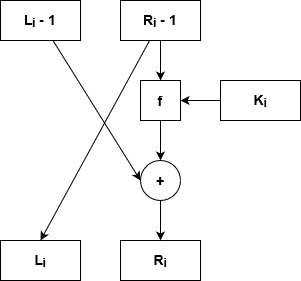
Earlier version of the draw.io export img/round.png (AlbertoSpinella/des-3des-js). Source tidied: cells renumbered, new cells last; positions are measured from the earlier drawing's top-left corner, leaving out a move shared by most shapes. Its diagram source:
```xml
<mxGraphModel background="#ffffff">
  <root>
    <mxCell id="0" />
    <mxCell id="1" parent="0" />
    <mxCell id="2" style="rounded=0;jettySize=auto;html=1;entryX=0;entryY=0.5;entryDx=0;entryDy=0;" parent="1" edge="1" source="3" target="14">
      <mxGeometry relative="1" as="geometry" />
    </mxCell>
    <mxCell id="3" value="&lt;b&gt;&lt;font style=&quot;font-size: 14px&quot;&gt;L&lt;sub&gt;i&lt;/sub&gt; - 1&lt;/font&gt;&lt;/b&gt;" style="rounded=0;whiteSpace=wrap;html=1;" parent="1" vertex="1">
      <mxGeometry width="80" height="40" as="geometry" />
    </mxCell>
    <mxCell id="4" style="edgeStyle=orthogonalEdgeStyle;rounded=0;jettySize=auto;html=1;entryX=0.5;entryY=0;entryDx=0;entryDy=0;" parent="1" edge="1" source="6" target="9">
      <mxGeometry relative="1" as="geometry" />
    </mxCell>
    <mxCell id="5" style="edgeStyle=none;rounded=0;jettySize=auto;html=1;entryX=0.5;entryY=0;entryDx=0;entryDy=0;" parent="1" edge="1" source="6" target="12">
      <mxGeometry relative="1" as="geometry" />
    </mxCell>
    <mxCell id="6" value="&lt;b&gt;&lt;font style=&quot;font-size: 14px&quot;&gt;R&lt;sub&gt;i&lt;/sub&gt; - 1&lt;/font&gt;&lt;/b&gt;" style="rounded=0;whiteSpace=wrap;html=1;" parent="1" vertex="1">
      <mxGeometry x="120" width="80" height="40" as="geometry" />
    </mxCell>
    <mxCell id="7" value="&lt;font style=&quot;font-size: 14px&quot;&gt;&lt;b&gt;&lt;font style=&quot;font-size: 14px&quot;&gt;R&lt;sub&gt;i&lt;/sub&gt;&lt;/font&gt;&lt;/b&gt;&lt;/font&gt;" style="rounded=0;whiteSpace=wrap;html=1;" parent="1" vertex="1">
      <mxGeometry x="120" y="240" width="80" height="40" as="geometry" />
    </mxCell>
    <mxCell id="8" style="edgeStyle=none;rounded=0;jettySize=auto;html=1;entryX=0.5;entryY=0;entryDx=0;entryDy=0;" parent="1" edge="1" source="9" target="14">
      <mxGeometry relative="1" as="geometry" />
    </mxCell>
    <mxCell id="9" value="&lt;b&gt;&lt;font style=&quot;font-size: 14px&quot;&gt;f&lt;/font&gt;&lt;/b&gt;" style="rounded=0;whiteSpace=wrap;html=1;" parent="1" vertex="1">
      <mxGeometry x="140" y="80" width="40" height="40" as="geometry" />
    </mxCell>
    <mxCell id="10" style="edgeStyle=none;rounded=0;jettySize=auto;html=1;entryX=1;entryY=0.5;entryDx=0;entryDy=0;" parent="1" edge="1" source="11" target="9">
      <mxGeometry relative="1" as="geometry" />
    </mxCell>
    <mxCell id="11" value="&lt;b&gt;&lt;font style=&quot;font-size: 14px&quot;&gt;K&lt;sub&gt;i&lt;/sub&gt;&lt;/font&gt;&lt;/b&gt;" style="rounded=0;whiteSpace=wrap;html=1;" parent="1" vertex="1">
      <mxGeometry x="220" y="80" width="80" height="40" as="geometry" />
    </mxCell>
    <mxCell id="12" value="&lt;font style=&quot;font-size: 14px&quot;&gt;L&lt;sub&gt;i&lt;/sub&gt;&lt;/font&gt;" style="rounded=0;whiteSpace=wrap;html=1;fontStyle=1;" parent="1" vertex="1">
      <mxGeometry y="240" width="80" height="40" as="geometry" />
    </mxCell>
    <mxCell id="13" style="edgeStyle=none;rounded=0;jettySize=auto;html=1;entryX=0.5;entryY=0;entryDx=0;entryDy=0;" parent="1" edge="1" source="14" target="7">
      <mxGeometry relative="1" as="geometry" />
    </mxCell>
    <mxCell id="14" value="&lt;b&gt;&lt;font style=&quot;font-size: 14px&quot;&gt;+&lt;/font&gt;&lt;/b&gt;" style="ellipse;whiteSpace=wrap;html=1;" parent="1" vertex="1">
      <mxGeometry x="140" y="160" width="40" height="40" as="geometry" />
    </mxCell>
  </root>
</mxGraphModel>
```
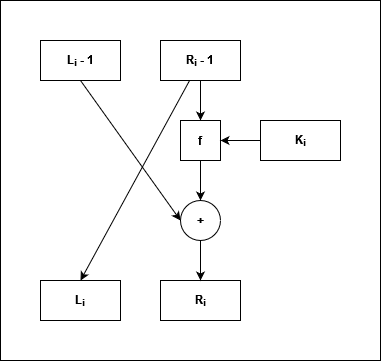
Later version of the same file.

The edit, as a diff of the source:
```diff
@@ -1,44 +1,47 @@
-<mxGraphModel background="#ffffff">
+<mxGraphModel>
   <root>
     <mxCell id="0" />
     <mxCell id="1" parent="0" />
-    <mxCell id="2" style="rounded=0;jettySize=auto;html=1;entryX=0;entryY=0.5;entryDx=0;entryDy=0;" parent="1" edge="1" source="3" target="14">
-      <mxGeometry relative="1" as="geometry" />
-    </mxCell>
-    <mxCell id="3" value="&lt;b&gt;&lt;font style=&quot;font-size: 14px&quot;&gt;L&lt;sub&gt;i&lt;/sub&gt; - 1&lt;/font&gt;&lt;/b&gt;" style="rounded=0;whiteSpace=wrap;html=1;" parent="1" vertex="1">
-      <mxGeometry width="80" height="40" as="geometry" />
-    </mxCell>
+    <mxCell id="15" style="rounded=0;whiteSpace=wrap;html=1;" parent="1" vertex="1">
+      <mxGeometry x="-40" y="-40" width="380" height="360" as="geometry" />
+    </mxCell>
-    <mxCell id="4" style="edgeStyle=orthogonalEdgeStyle;rounded=0;jettySize=auto;html=1;entryX=0.5;entryY=0;entryDx=0;entryDy=0;" parent="1" edge="1" source="6" target="9">
+    <mxCell id="4" style="edgeStyle=orthogonalEdgeStyle;rounded=0;jettySize=auto;html=1;entryX=0.5;entryY=0;entryDx=0;entryDy=0;fontStyle=1;" parent="1" edge="1" source="6" target="9">
       <mxGeometry relative="1" as="geometry" />
     </mxCell>
-    <mxCell id="5" style="edgeStyle=none;rounded=0;jettySize=auto;html=1;entryX=0.5;entryY=0;entryDx=0;entryDy=0;" parent="1" edge="1" source="6" target="12">
+    <mxCell id="5" style="edgeStyle=none;rounded=0;jettySize=auto;html=1;entryX=0.5;entryY=0;entryDx=0;entryDy=0;fontStyle=1;" parent="1" edge="1" source="6" target="12">
       <mxGeometry relative="1" as="geometry" />
     </mxCell>
-    <mxCell id="6" value="&lt;b&gt;&lt;font style=&quot;font-size: 14px&quot;&gt;R&lt;sub&gt;i&lt;/sub&gt; - 1&lt;/font&gt;&lt;/b&gt;" style="rounded=0;whiteSpace=wrap;html=1;" parent="1" vertex="1">
+    <mxCell id="6" value="R&lt;sub&gt;i&lt;/sub&gt; - 1" style="rounded=0;whiteSpace=wrap;html=1;fontStyle=1;" parent="1" vertex="1">
       <mxGeometry x="120" width="80" height="40" as="geometry" />
     </mxCell>
-    <mxCell id="7" value="&lt;font style=&quot;font-size: 14px&quot;&gt;&lt;b&gt;&lt;font style=&quot;font-size: 14px&quot;&gt;R&lt;sub&gt;i&lt;/sub&gt;&lt;/font&gt;&lt;/b&gt;&lt;/font&gt;" style="rounded=0;whiteSpace=wrap;html=1;" parent="1" vertex="1">
-      <mxGeometry x="120" y="240" width="80" height="40" as="geometry" />
-    </mxCell>
+    <mxCell id="2" style="jettySize=auto;html=1;entryX=0;entryY=0.5;entryDx=0;entryDy=0;rounded=0;exitX=0.5;exitY=1;exitDx=0;exitDy=0;fontStyle=1;" parent="1" edge="1" source="3" target="14">
+      <mxGeometry relative="1" as="geometry" />
+    </mxCell>
+    <mxCell id="3" value="L&lt;sub&gt;i&lt;/sub&gt; - 1" style="rounded=0;whiteSpace=wrap;html=1;fontStyle=1;" parent="1" vertex="1">
+      <mxGeometry width="80" height="40" as="geometry" />
+    </mxCell>
-    <mxCell id="8" style="edgeStyle=none;rounded=0;jettySize=auto;html=1;entryX=0.5;entryY=0;entryDx=0;entryDy=0;" parent="1" edge="1" source="9" target="14">
+    <mxCell id="8" style="edgeStyle=orthogonalEdgeStyle;rounded=0;jettySize=auto;html=1;entryX=0.5;entryY=0;entryDx=0;entryDy=0;fontStyle=1;" parent="1" edge="1" source="9" target="14">
       <mxGeometry relative="1" as="geometry" />
     </mxCell>
-    <mxCell id="9" value="&lt;b&gt;&lt;font style=&quot;font-size: 14px&quot;&gt;f&lt;/font&gt;&lt;/b&gt;" style="rounded=0;whiteSpace=wrap;html=1;" parent="1" vertex="1">
+    <mxCell id="9" value="f" style="rounded=0;whiteSpace=wrap;html=1;fontStyle=1;" parent="1" vertex="1">
       <mxGeometry x="140" y="80" width="40" height="40" as="geometry" />
     </mxCell>
-    <mxCell id="10" style="edgeStyle=none;rounded=0;jettySize=auto;html=1;entryX=1;entryY=0.5;entryDx=0;entryDy=0;" parent="1" edge="1" source="11" target="9">
+    <mxCell id="10" style="edgeStyle=orthogonalEdgeStyle;rounded=0;jettySize=auto;html=1;entryX=1;entryY=0.5;entryDx=0;entryDy=0;fontStyle=1;" parent="1" edge="1" source="11" target="9">
       <mxGeometry relative="1" as="geometry" />
     </mxCell>
-    <mxCell id="11" value="&lt;b&gt;&lt;font style=&quot;font-size: 14px&quot;&gt;K&lt;sub&gt;i&lt;/sub&gt;&lt;/font&gt;&lt;/b&gt;" style="rounded=0;whiteSpace=wrap;html=1;" parent="1" vertex="1">
+    <mxCell id="11" value="K&lt;sub&gt;i&lt;/sub&gt;" style="rounded=0;whiteSpace=wrap;html=1;fontStyle=1;" parent="1" vertex="1">
       <mxGeometry x="220" y="80" width="80" height="40" as="geometry" />
     </mxCell>
+    <mxCell id="7" value="R&lt;sub&gt;i&lt;/sub&gt;" style="rounded=0;whiteSpace=wrap;html=1;fontStyle=1;" parent="1" vertex="1">
+      <mxGeometry x="120" y="240" width="80" height="40" as="geometry" />
+    </mxCell>
-    <mxCell id="12" value="&lt;font style=&quot;font-size: 14px&quot;&gt;L&lt;sub&gt;i&lt;/sub&gt;&lt;/font&gt;" style="rounded=0;whiteSpace=wrap;html=1;fontStyle=1;" parent="1" vertex="1">
+    <mxCell id="12" value="L&lt;sub&gt;i&lt;/sub&gt;" style="rounded=0;whiteSpace=wrap;html=1;fontStyle=1;" parent="1" vertex="1">
       <mxGeometry y="240" width="80" height="40" as="geometry" />
     </mxCell>
-    <mxCell id="13" style="edgeStyle=none;rounded=0;jettySize=auto;html=1;entryX=0.5;entryY=0;entryDx=0;entryDy=0;" parent="1" edge="1" source="14" target="7">
+    <mxCell id="13" style="edgeStyle=orthogonalEdgeStyle;rounded=0;jettySize=auto;html=1;entryX=0.5;entryY=0;entryDx=0;entryDy=0;fontStyle=1;" parent="1" edge="1" source="14" target="7">
       <mxGeometry relative="1" as="geometry" />
     </mxCell>
-    <mxCell id="14" value="&lt;b&gt;&lt;font style=&quot;font-size: 14px&quot;&gt;+&lt;/font&gt;&lt;/b&gt;" style="ellipse;whiteSpace=wrap;html=1;" parent="1" vertex="1">
+    <mxCell id="14" value="+" style="ellipse;whiteSpace=wrap;html=1;fontStyle=1;" parent="1" vertex="1">
       <mxGeometry x="140" y="160" width="40" height="40" as="geometry" />
     </mxCell>
   </root>
```
